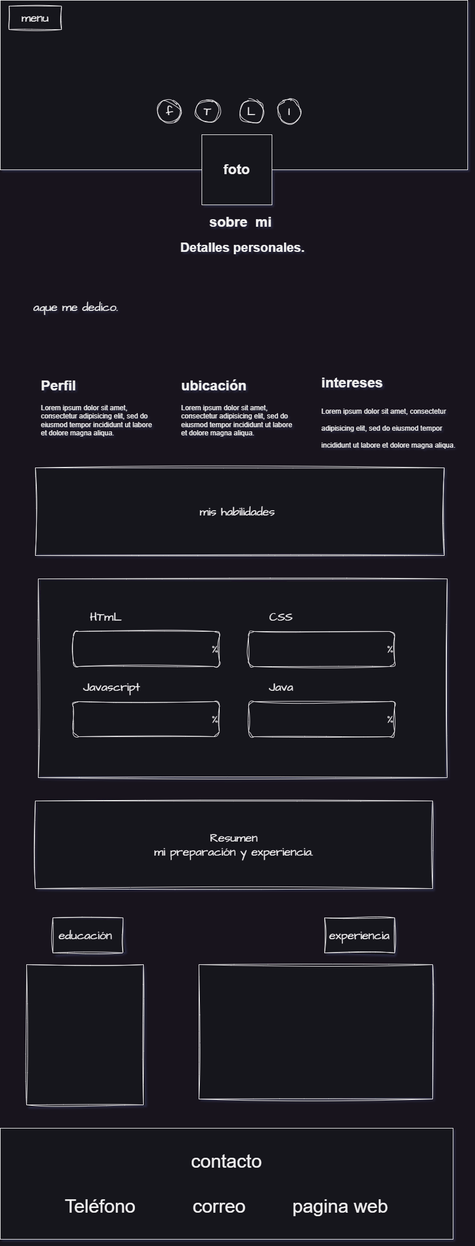
williamQuimbay/proyectoDistrital keeps this draw.io diagram as diagrmas/wireframe.drawio.png. Above is the earlier version. Source tidied: cells renumbered, new cells last; positions are measured from the earlier drawing's top-left corner, leaving out a move shared by most shapes.
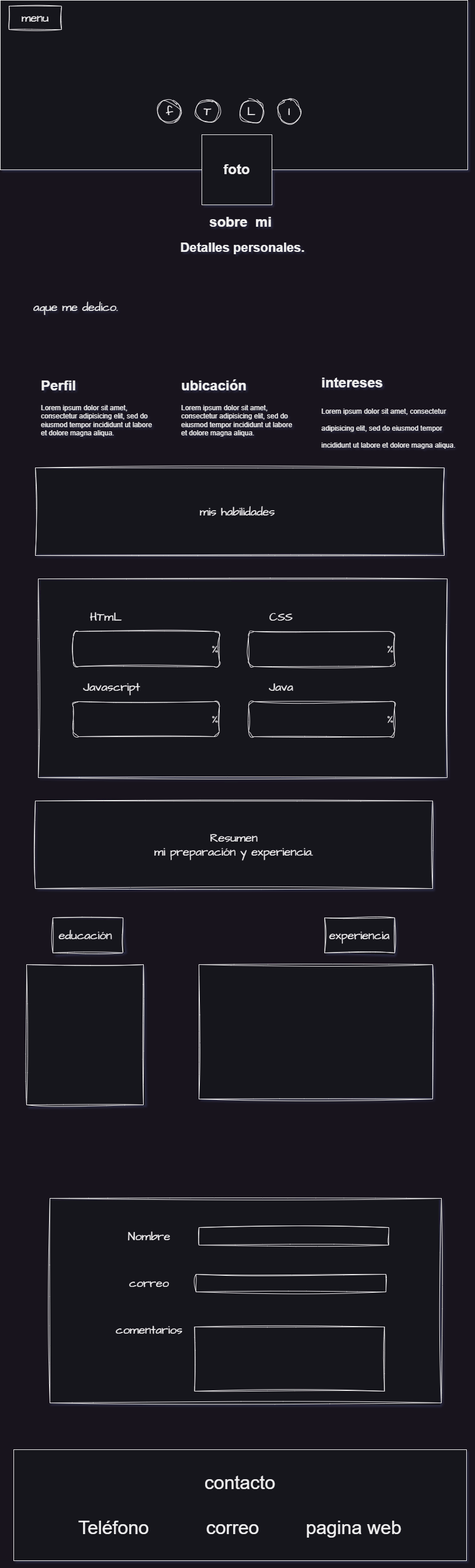
The same file after the commit.

Change to the diagram source:
```diff
@@ -9,7 +9,7 @@
       <mxGeometry x="345" y="230" width="120" height="120" as="geometry" />
     </mxCell>
     <mxCell id="4" value="&lt;div style=&quot;&quot;&gt;&lt;span style=&quot;font-size: 32px; background-color: initial;&quot;&gt;contacto&lt;/span&gt;&lt;/div&gt;&lt;div style=&quot;text-align: justify;&quot;&gt;&lt;span style=&quot;font-size: 32px; background-color: initial;&quot;&gt;&lt;br&gt;&lt;/span&gt;&lt;/div&gt;&lt;div style=&quot;&quot;&gt;&lt;span style=&quot;font-size: 32px; background-color: initial;&quot;&gt;Teléfono&amp;nbsp; &amp;nbsp; &amp;nbsp; &amp;nbsp; &amp;nbsp; &amp;nbsp;correo&amp;nbsp; &amp;nbsp; &amp;nbsp; &amp;nbsp; &amp;nbsp;pagina web&lt;/span&gt;&lt;/div&gt;" style="rounded=0;whiteSpace=wrap;html=1;align=center;" parent="1" vertex="1">
-      <mxGeometry y="1930" width="775" height="190" as="geometry" />
+      <mxGeometry x="23" y="2480" width="775" height="190" as="geometry" />
     </mxCell>
     <mxCell id="5" value="&lt;h1&gt;sobre&amp;nbsp; mi&amp;nbsp;&lt;/h1&gt;&lt;div&gt;&lt;font style=&quot;font-size: 22px;&quot;&gt;&lt;b&gt;Detalles personales.&lt;/b&gt;&lt;/font&gt;&lt;/div&gt;&lt;div style=&quot;text-align: left;&quot;&gt;&lt;span style=&quot;font-size: 22px; background-color: initial;&quot;&gt;&amp;nbsp;&lt;/span&gt;&lt;b style=&quot;font-size: 22px; background-color: initial;&quot;&gt;&amp;nbsp;&lt;/b&gt;&lt;br&gt;&lt;/div&gt;" style="text;html=1;strokeColor=none;fillColor=none;spacing=5;spacingTop=-20;whiteSpace=wrap;overflow=hidden;rounded=0;align=center;" parent="1" vertex="1">
       <mxGeometry x="45" y="360" width="740" height="80" as="geometry" />
@@ -86,5 +86,26 @@
     <mxCell id="29" value="Java&amp;nbsp;" style="text;html=1;strokeColor=none;fillColor=none;align=center;verticalAlign=middle;whiteSpace=wrap;rounded=0;fontSize=20;fontFamily=Architects Daughter;" parent="1" vertex="1">
       <mxGeometry x="455" y="1160" width="60" height="30" as="geometry" />
     </mxCell>
+    <mxCell id="30" style="rounded=0;whiteSpace=wrap;html=1;sketch=1;hachureGap=4;jiggle=2;curveFitting=1;fontFamily=Architects Daughter;fontSource=https%3A%2F%2Ffonts.googleapis.com%2Fcss%3Ffamily%3DArchitects%2BDaughter;fontSize=20;" parent="1" vertex="1">
+      <mxGeometry x="85" y="2050" width="670" height="350" as="geometry" />
+    </mxCell>
+    <mxCell id="31" style="rounded=0;whiteSpace=wrap;html=1;sketch=1;hachureGap=4;jiggle=2;curveFitting=1;fontFamily=Architects Daughter;fontSource=https%3A%2F%2Ffonts.googleapis.com%2Fcss%3Ffamily%3DArchitects%2BDaughter;fontSize=20;" parent="1" vertex="1">
+      <mxGeometry x="340" y="2100" width="325" height="30" as="geometry" />
+    </mxCell>
+    <mxCell id="32" style="rounded=0;whiteSpace=wrap;html=1;sketch=1;hachureGap=4;jiggle=2;curveFitting=1;fontFamily=Architects Daughter;fontSource=https%3A%2F%2Ffonts.googleapis.com%2Fcss%3Ffamily%3DArchitects%2BDaughter;fontSize=20;" parent="1" vertex="1">
+      <mxGeometry x="335" y="2180" width="325" height="30" as="geometry" />
+    </mxCell>
+    <mxCell id="33" style="rounded=0;whiteSpace=wrap;html=1;sketch=1;hachureGap=4;jiggle=2;curveFitting=1;fontFamily=Architects Daughter;fontSource=https%3A%2F%2Ffonts.googleapis.com%2Fcss%3Ffamily%3DArchitects%2BDaughter;fontSize=20;" parent="1" vertex="1">
+      <mxGeometry x="332.5" y="2270" width="325" height="110" as="geometry" />
+    </mxCell>
+    <mxCell id="34" value="Nombre" style="text;html=1;strokeColor=none;fillColor=none;align=center;verticalAlign=middle;whiteSpace=wrap;rounded=0;fontSize=20;fontFamily=Architects Daughter;" parent="1" vertex="1">
+      <mxGeometry x="225" y="2100" width="60" height="30" as="geometry" />
+    </mxCell>
+    <mxCell id="35" value="correo" style="text;html=1;strokeColor=none;fillColor=none;align=center;verticalAlign=middle;whiteSpace=wrap;rounded=0;fontSize=20;fontFamily=Architects Daughter;" parent="1" vertex="1">
+      <mxGeometry x="225" y="2180" width="60" height="30" as="geometry" />
+    </mxCell>
+    <mxCell id="36" value="comentarios" style="text;html=1;strokeColor=none;fillColor=none;align=center;verticalAlign=middle;whiteSpace=wrap;rounded=0;fontSize=20;fontFamily=Architects Daughter;" parent="1" vertex="1">
+      <mxGeometry x="225" y="2260" width="60" height="30" as="geometry" />
+    </mxCell>
   </root>
 </mxGraphModel>
```
